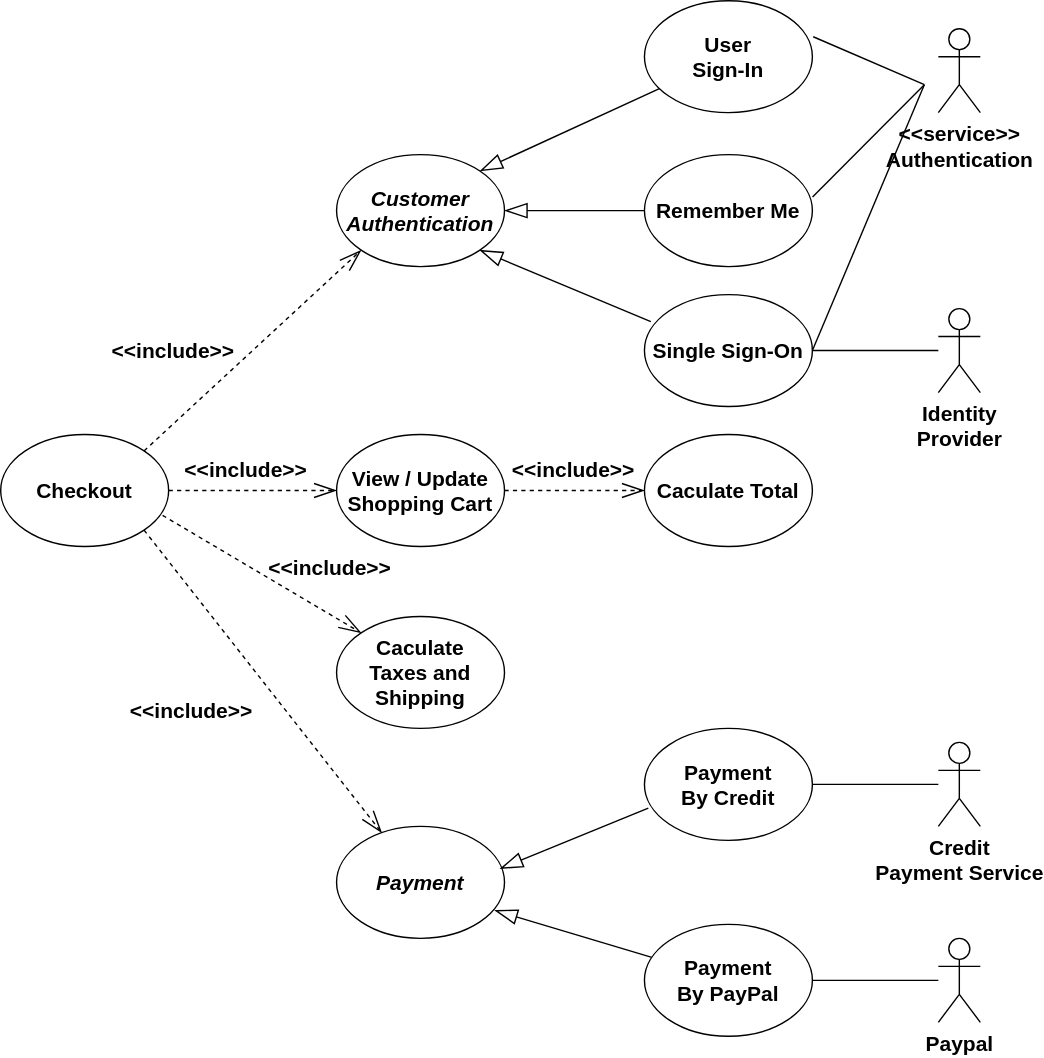
Earlier version of the draw.io export use case diagram.drawio.svg (ntmly/ThuchanhphattrienhethongTTNT). Source tidied: cells renumbered, new cells last; positions are measured from the earlier drawing's top-left corner, leaving out a move shared by most shapes.
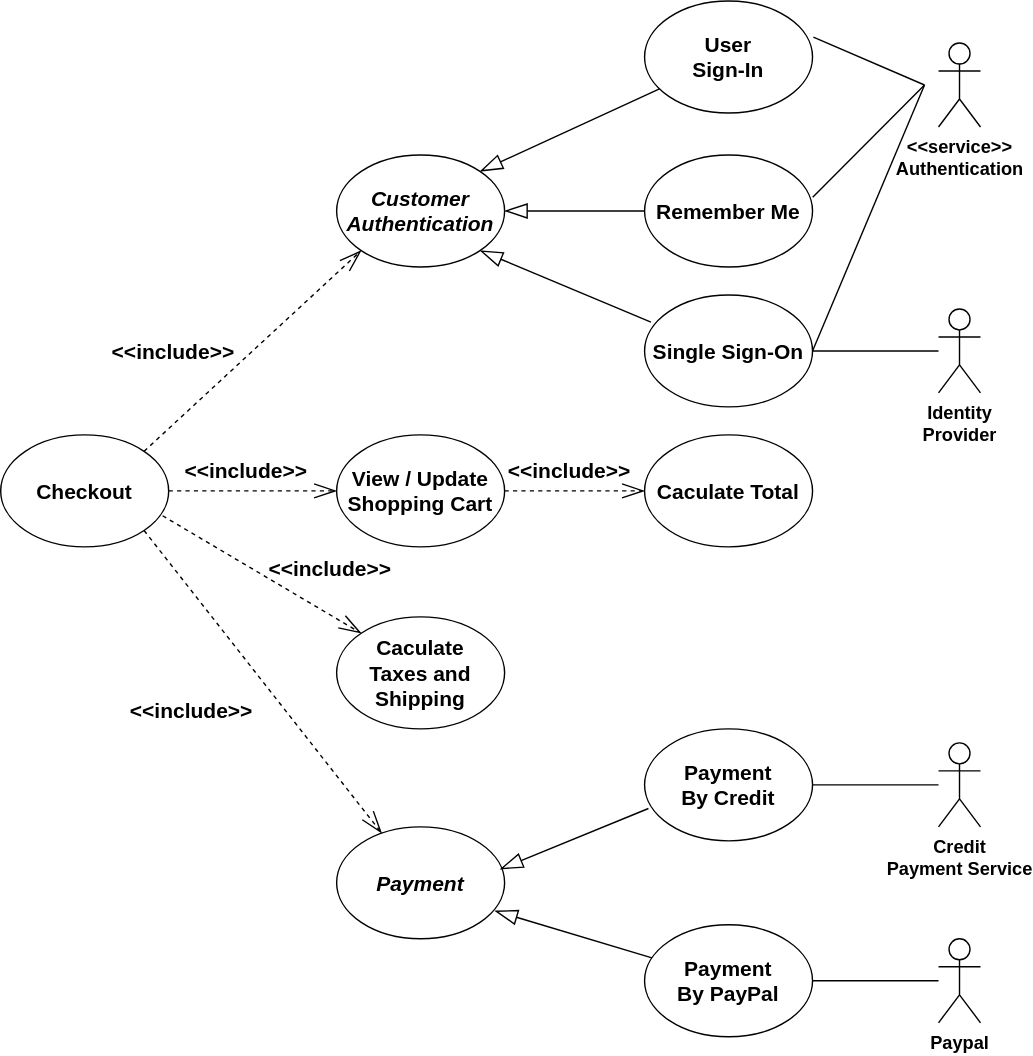
The same file after the commit.

What changed in the source:
```diff
@@ -47,16 +47,16 @@
     <mxCell id="16" value="&lt;b&gt;&lt;font style=&quot;font-size: 15px;&quot;&gt;Payment&lt;/font&gt;&lt;/b&gt;&lt;div&gt;&lt;b&gt;&lt;font style=&quot;font-size: 15px;&quot;&gt;By PayPal&lt;/font&gt;&lt;/b&gt;&lt;/div&gt;" style="ellipse;whiteSpace=wrap;html=1;" parent="1" vertex="1">
       <mxGeometry x="460" y="660" width="120" height="80" as="geometry" />
     </mxCell>
-    <mxCell id="17" value="&lt;b&gt;&lt;font style=&quot;font-size: 15px;&quot;&gt;&amp;lt;&amp;lt;service&amp;gt;&amp;gt;&lt;/font&gt;&lt;/b&gt;&lt;div&gt;&lt;b&gt;&lt;font style=&quot;font-size: 15px;&quot;&gt;Authentication&lt;/font&gt;&lt;/b&gt;&lt;/div&gt;" style="shape=umlActor;verticalLabelPosition=bottom;verticalAlign=top;html=1;" parent="1" vertex="1">
-      <mxGeometry x="670" y="20" width="30" height="60" as="geometry" />
+    <mxCell id="17" value="&lt;b&gt;&lt;font style=&quot;font-size: 13px;&quot;&gt;&amp;lt;&amp;lt;service&amp;gt;&amp;gt;&lt;/font&gt;&lt;/b&gt;&lt;div&gt;&lt;b&gt;&lt;font style=&quot;font-size: 13px;&quot;&gt;Authentication&lt;/font&gt;&lt;/b&gt;&lt;/div&gt;" style="shape=umlActor;verticalLabelPosition=bottom;verticalAlign=top;html=1;" parent="1" vertex="1">
+      <mxGeometry x="670" y="30" width="30" height="60" as="geometry" />
     </mxCell>
-    <mxCell id="18" value="&lt;b&gt;&lt;font style=&quot;font-size: 15px;&quot;&gt;Identity&lt;/font&gt;&lt;/b&gt;&lt;div&gt;&lt;b&gt;&lt;font style=&quot;font-size: 15px;&quot;&gt;Provider&lt;/font&gt;&lt;/b&gt;&lt;/div&gt;" style="shape=umlActor;verticalLabelPosition=bottom;verticalAlign=top;html=1;outlineConnect=0;" parent="1" vertex="1">
+    <mxCell id="18" value="&lt;b&gt;&lt;font style=&quot;font-size: 13px;&quot;&gt;Identity&lt;/font&gt;&lt;/b&gt;&lt;div&gt;&lt;b&gt;&lt;font style=&quot;font-size: 13px;&quot;&gt;Provider&lt;/font&gt;&lt;/b&gt;&lt;/div&gt;" style="shape=umlActor;verticalLabelPosition=bottom;verticalAlign=top;html=1;outlineConnect=0;" parent="1" vertex="1">
       <mxGeometry x="670" y="220" width="30" height="60" as="geometry" />
     </mxCell>
-    <mxCell id="19" value="&lt;b&gt;&lt;font style=&quot;font-size: 15px;&quot;&gt;Credit&lt;/font&gt;&lt;/b&gt;&lt;div&gt;&lt;b&gt;&lt;font style=&quot;font-size: 15px;&quot;&gt;Payment Service&lt;/font&gt;&lt;/b&gt;&lt;/div&gt;" style="shape=umlActor;verticalLabelPosition=bottom;verticalAlign=top;html=1;outlineConnect=0;" parent="1" vertex="1">
+    <mxCell id="19" value="&lt;b&gt;&lt;font style=&quot;font-size: 13px;&quot;&gt;Credit&lt;/font&gt;&lt;/b&gt;&lt;div&gt;&lt;b&gt;&lt;font style=&quot;font-size: 13px;&quot;&gt;Payment Service&lt;/font&gt;&lt;/b&gt;&lt;/div&gt;" style="shape=umlActor;verticalLabelPosition=bottom;verticalAlign=top;html=1;outlineConnect=0;" parent="1" vertex="1">
       <mxGeometry x="670" y="530" width="30" height="60" as="geometry" />
     </mxCell>
-    <mxCell id="20" value="&lt;b&gt;&lt;font style=&quot;font-size: 15px;&quot;&gt;Paypal&lt;/font&gt;&lt;/b&gt;" style="shape=umlActor;verticalLabelPosition=bottom;verticalAlign=top;html=1;outlineConnect=0;" parent="1" vertex="1">
+    <mxCell id="20" value="&lt;b&gt;&lt;font style=&quot;font-size: 13px;&quot;&gt;Paypal&lt;/font&gt;&lt;/b&gt;" style="shape=umlActor;verticalLabelPosition=bottom;verticalAlign=top;html=1;outlineConnect=0;" parent="1" vertex="1">
       <mxGeometry x="670" y="670" width="30" height="60" as="geometry" />
     </mxCell>
     <mxCell id="21" style="endArrow=openThin;html=1;rounded=0;exitX=1;exitY=0.5;exitDx=0;exitDy=0;entryX=0;entryY=0.5;entryDx=0;entryDy=0;dashed=1;endFill=0;endSize=14;" parent="1" edge="1" source="8" target="14">
@@ -114,7 +114,7 @@
       <mxGeometry x="120" y="320" width="110" height="30" as="geometry" />
     </mxCell>
     <mxCell id="37" value="&lt;font style=&quot;font-size: 15px;&quot;&gt;&amp;lt;&amp;lt;include&amp;gt;&amp;gt;&lt;/font&gt;" style="text;html=1;align=center;verticalAlign=middle;strokeColor=none;fillColor=none;fontStyle=1;" parent="1" vertex="1">
-      <mxGeometry x="354" y="320" width="110" height="30" as="geometry" />
+      <mxGeometry x="351" y="320" width="110" height="30" as="geometry" />
     </mxCell>
   </root>
 </mxGraphModel>
```
